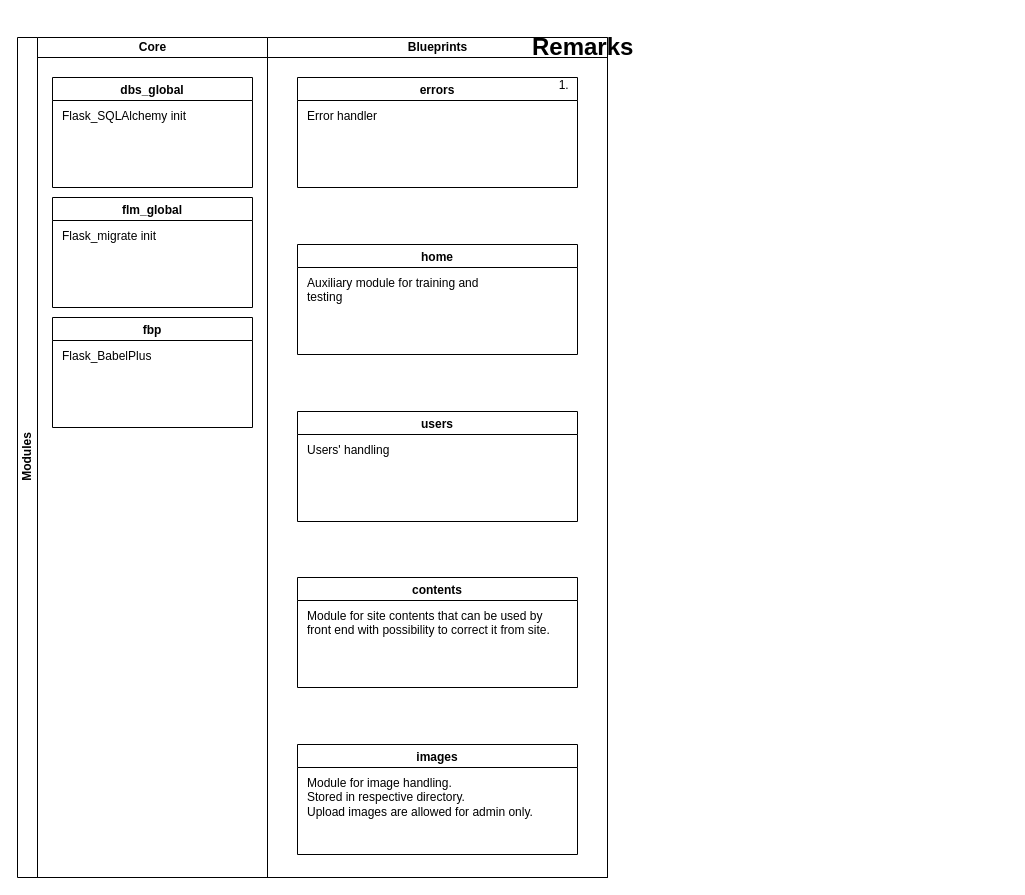
Above: page "backend structure" (2 of 9) of market-coffee.drawio in Sergey190309/220415-market-caffee (draw.io), before the change. Source tidied: cells renumbered, new cells numbered last; positions are measured from the earlier drawing's top-left corner, leaving out a move shared by most shapes. Both pictures are drawn from the tidied source at 100%, with x=0, y=0 at pixel (17, 27).
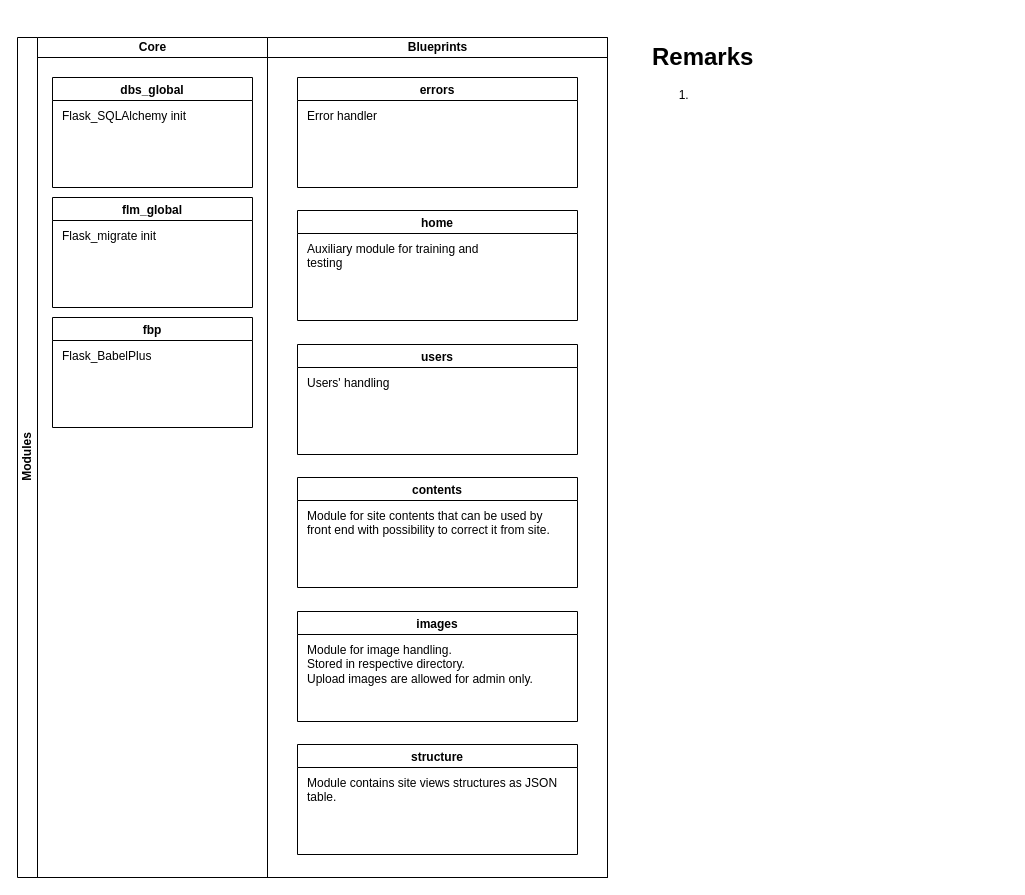
The same diagram, later.

The change refers to these unchanged cells:
```xml
<mxCell id="11" value="Blueprints" style="swimlane;html=1;startSize=20;" parent="3" vertex="1">
  <mxGeometry x="250" width="340" height="840" as="geometry" />
</mxCell>
```

Diff of the diagram source:
```diff
@@
     <mxCell id="12" value="home" style="swimlane;" parent="11" vertex="1">
-      <mxGeometry x="30" y="207" width="280" height="110" as="geometry" />
+      <mxGeometry x="30" y="173" width="280" height="110" as="geometry" />
     </mxCell>
@@
-    <mxCell id="14" value="contents" style="swimlane;" parent="11" vertex="1">
-      <mxGeometry x="30" y="540" width="280" height="110" as="geometry" />
-    </mxCell>
-    <mxCell id="15" value="&lt;p&gt;Module for site contents that can be used by front end with possibility to correct it from site.&lt;br&gt;&lt;/p&gt;" style="text;html=1;strokeColor=none;fillColor=none;spacing=5;spacingTop=-20;whiteSpace=wrap;overflow=hidden;rounded=0;" parent="14" vertex="1">
-      <mxGeometry x="5" y="30" width="265" height="70" as="geometry" />
-    </mxCell>
@@
     <mxCell id="18" value="users" style="swimlane;" parent="11" vertex="1">
-      <mxGeometry x="30" y="374" width="280" height="110" as="geometry" />
+      <mxGeometry x="30" y="307" width="280" height="110" as="geometry" />
     </mxCell>
@@
-    <mxCell id="20" value="images" style="swimlane;" parent="11" vertex="1">
+    <mxCell id="20" value="structure" style="swimlane;" parent="11" vertex="1">
       <mxGeometry x="30" y="707" width="280" height="110" as="geometry" />
     </mxCell>
-    <mxCell id="21" value="&lt;p&gt;Module for image handling.&lt;br&gt;Stored in respective directory.&lt;br&gt;Upload images are allowed for admin only.&lt;/p&gt;" style="text;html=1;strokeColor=none;fillColor=none;spacing=5;spacingTop=-20;whiteSpace=wrap;overflow=hidden;rounded=0;" parent="20" vertex="1">
+    <mxCell id="21" value="&lt;p&gt;Module contains site views structures as JSON table.&lt;/p&gt;" style="text;html=1;strokeColor=none;fillColor=none;spacing=5;spacingTop=-20;whiteSpace=wrap;overflow=hidden;rounded=0;" parent="20" vertex="1">
       <mxGeometry x="5" y="30" width="265" height="70" as="geometry" />
     </mxCell>
+    <mxCell id="14" value="contents" style="swimlane;" parent="11" vertex="1">
+      <mxGeometry x="30" y="440" width="280" height="110" as="geometry" />
+    </mxCell>
+    <mxCell id="15" value="&lt;p&gt;Module for site contents that can be used by front end with possibility to correct it from site.&lt;br&gt;&lt;/p&gt;" style="text;html=1;strokeColor=none;fillColor=none;spacing=5;spacingTop=-20;whiteSpace=wrap;overflow=hidden;rounded=0;" parent="14" vertex="1">
+      <mxGeometry x="5" y="30" width="265" height="70" as="geometry" />
+    </mxCell>
+    <mxCell id="24" value="images" style="swimlane;" parent="11" vertex="1">
+      <mxGeometry x="30" y="574" width="280" height="110" as="geometry" />
+    </mxCell>
+    <mxCell id="25" value="&lt;p&gt;Module for image handling.&lt;br&gt;Stored in respective directory.&lt;br&gt;Upload images are allowed for admin only.&lt;/p&gt;" style="text;html=1;strokeColor=none;fillColor=none;spacing=5;spacingTop=-20;whiteSpace=wrap;overflow=hidden;rounded=0;" parent="24" vertex="1">
+      <mxGeometry x="5" y="30" width="265" height="70" as="geometry" />
+    </mxCell>
@@
     <mxCell id="23" value="&lt;h1&gt;Remarks&lt;/h1&gt;&lt;p&gt;&lt;ol&gt;&lt;li&gt;&lt;br&gt;&lt;/li&gt;&lt;/ol&gt;&lt;/p&gt;" style="text;html=1;strokeColor=none;fillColor=none;spacing=5;spacingTop=-20;whiteSpace=wrap;overflow=hidden;rounded=0;" parent="22" vertex="1">
-      <mxGeometry x="510" width="360" height="270" as="geometry" />
+      <mxGeometry x="630" y="10" width="360" height="270" as="geometry" />
     </mxCell>
```
